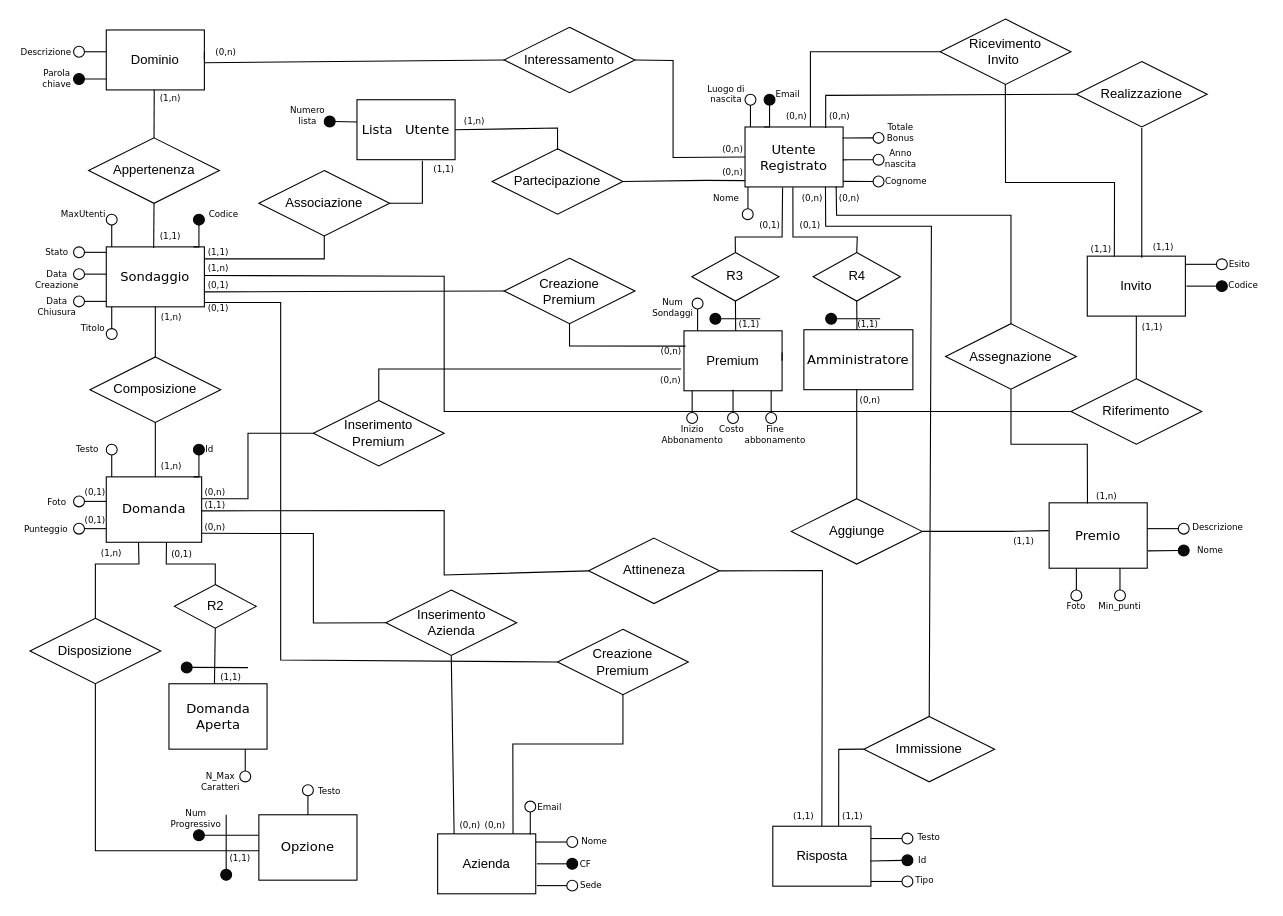
The draw.io diagram SchemaErRistrutturato.drawio in tommaso2311/DatBas_22-23, before the edit. Source tidied: cells renumbered, new cells numbered last; positions are measured from the earlier drawing's top-left corner, leaving out a move shared by most shapes. Both pictures are drawn from the tidied source at 109%, with x=0, y=0 at pixel (19, 19).
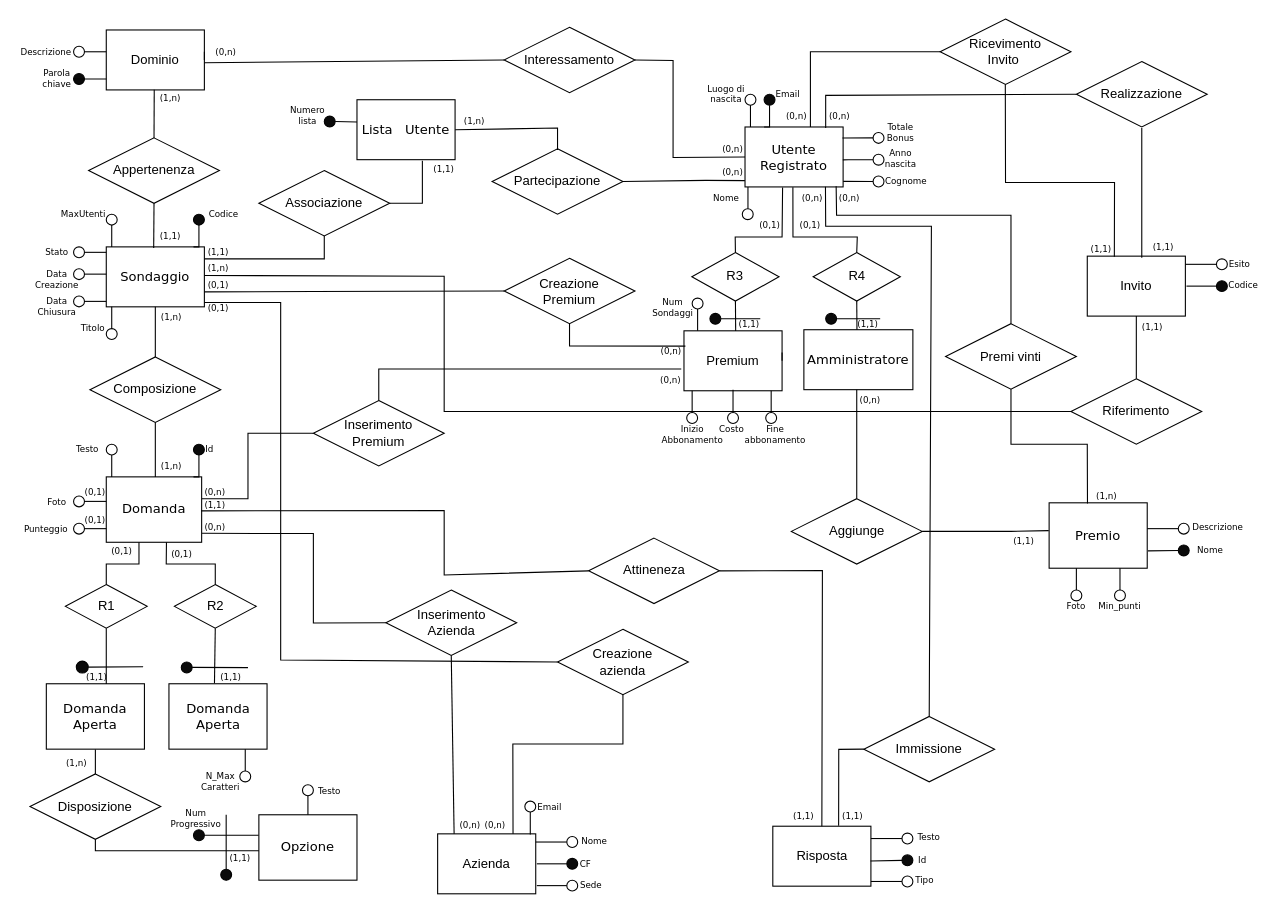
The same page after the edit.

Unchanged cells that the change refers to:
```xml
<mxCell id="21" value="&lt;p&gt;&lt;font face=&quot;Verdana&quot;&gt;Domanda&lt;/font&gt;&lt;/p&gt;" style="rounded=0;whiteSpace=wrap;html=1;" parent="1" vertex="1">
  <mxGeometry x="80" y="420" width="87.5" height="60" as="geometry" />
</mxCell>
```

What changed in the source:
```diff
@@
     <mxCell id="39" value="Disposizione" style="shape=rhombus;perimeter=rhombusPerimeter;whiteSpace=wrap;html=1;align=center;" parent="1" vertex="1">
-      <mxGeometry x="10" y="549.8" width="120" height="60" as="geometry" />
+      <mxGeometry x="10" y="692.5" width="120" height="60" as="geometry" />
     </mxCell>
@@
-    <mxCell id="121" value="Creazione &lt;br&gt;Premium" style="shape=rhombus;perimeter=rhombusPerimeter;whiteSpace=wrap;html=1;align=center;" parent="1" vertex="1">
+    <mxCell id="121" value="Creazione &lt;br&gt;azienda" style="shape=rhombus;perimeter=rhombusPerimeter;whiteSpace=wrap;html=1;align=center;" parent="1" vertex="1">
       <mxGeometry x="494" y="559.8" width="120" height="60" as="geometry" />
     </mxCell>
@@
-    <mxCell id="199" value="Assegnazione" style="shape=rhombus;perimeter=rhombusPerimeter;whiteSpace=wrap;html=1;align=center;" parent="1" vertex="1">
+    <mxCell id="199" value="Premi vinti" style="shape=rhombus;perimeter=rhombusPerimeter;whiteSpace=wrap;html=1;align=center;" parent="1" vertex="1">
       <mxGeometry x="850" y="279.5" width="120" height="60" as="geometry" />
     </mxCell>
@@
-    <mxCell id="208" style="endArrow=none;html=1;rounded=0;fontFamily=Helvetica;fontSize=12;fontColor=default;entryX=0.338;entryY=1.001;entryDx=0;entryDy=0;entryPerimeter=0;" parent="1" edge="1" source="39" target="21">
-      <mxGeometry relative="1" as="geometry">
-        <Array as="points">
-          <mxPoint x="70" y="500" />
-          <mxPoint x="110" y="500" />
-        </Array>
-      </mxGeometry>
-    </mxCell>
@@
-    <mxCell id="224" value="(1,n)" style="text;html=1;strokeColor=none;fillColor=none;align=center;verticalAlign=middle;whiteSpace=wrap;rounded=0;fontSize=8;fontFamily=Verdana;" parent="1" vertex="1">
-      <mxGeometry x="65" y="480" width="40" height="20" as="geometry" />
-    </mxCell>
@@
+    <mxCell id="224" value="(1,n)" style="text;html=1;strokeColor=none;fillColor=none;align=center;verticalAlign=middle;whiteSpace=wrap;rounded=0;fontSize=8;fontFamily=Verdana;" parent="1" vertex="1">
+      <mxGeometry x="32.5" y="672.5" width="40" height="20" as="geometry" />
+    </mxCell>
+    <mxCell id="245" value="&lt;p&gt;&lt;font face=&quot;Verdana&quot;&gt;Domanda Aperta&lt;/font&gt;&lt;/p&gt;" style="rounded=0;whiteSpace=wrap;html=1;" parent="1" vertex="1">
+      <mxGeometry x="25" y="609.8" width="90" height="60" as="geometry" />
+    </mxCell>
+    <mxCell id="246" style="endArrow=none;html=1;rounded=0;exitX=0.5;exitY=0;exitDx=0;exitDy=0;" parent="1" edge="1" source="39">
+      <mxGeometry relative="1" as="geometry">
+        <mxPoint x="70" y="670" as="targetPoint" />
+      </mxGeometry>
+    </mxCell>
+    <mxCell id="247" value="&lt;span style=&quot;color: rgb(0, 0, 0); font-family: Verdana; font-size: 8px; font-style: normal; font-variant-ligatures: normal; font-variant-caps: normal; font-weight: 400; letter-spacing: normal; orphans: 2; text-align: center; text-indent: 0px; text-transform: none; widows: 2; word-spacing: 0px; -webkit-text-stroke-width: 0px; background-color: rgb(251, 251, 251); text-decoration-thickness: initial; text-decoration-style: initial; text-decoration-color: initial; float: none; display: inline !important;&quot;&gt;(0,1)&lt;/span&gt;" style="text;whiteSpace=wrap;html=1;fontSize=12;fontFamily=Helvetica;fontColor=default;" parent="1" vertex="1">
+      <mxGeometry x="82.5" y="472.5" width="50" height="40" as="geometry" />
+    </mxCell>
+    <mxCell id="248" value="R1" style="shape=rhombus;perimeter=rhombusPerimeter;whiteSpace=wrap;html=1;align=center;" parent="1" vertex="1">
+      <mxGeometry x="42.5" y="518.8" width="75" height="40" as="geometry" />
+    </mxCell>
+    <mxCell id="249" value="&lt;span style=&quot;color: rgb(0, 0, 0); font-family: Verdana; font-size: 8px; font-style: normal; font-variant-ligatures: normal; font-variant-caps: normal; font-weight: 400; letter-spacing: normal; orphans: 2; text-align: center; text-indent: 0px; text-transform: none; widows: 2; word-spacing: 0px; -webkit-text-stroke-width: 0px; background-color: rgb(251, 251, 251); text-decoration-thickness: initial; text-decoration-style: initial; text-decoration-color: initial; float: none; display: inline !important;&quot;&gt;(1,1)&lt;/span&gt;" style="text;whiteSpace=wrap;html=1;fontSize=12;fontFamily=Helvetica;fontColor=default;" parent="1" vertex="1">
+      <mxGeometry x="60" y="589" width="20" height="40" as="geometry" />
+    </mxCell>
+    <mxCell id="250" style="endArrow=none;html=1;rounded=0;exitX=0.5;exitY=0;exitDx=0;exitDy=0;" parent="1" edge="1" source="248">
+      <mxGeometry relative="1" as="geometry">
+        <mxPoint x="110" y="480" as="targetPoint" />
+        <Array as="points">
+          <mxPoint x="80" y="500" />
+          <mxPoint x="110" y="500" />
+        </Array>
+      </mxGeometry>
+    </mxCell>
+    <mxCell id="251" style="endArrow=none;html=1;rounded=0;entryX=0.5;entryY=1;entryDx=0;entryDy=0;" parent="1" edge="1" target="248">
+      <mxGeometry relative="1" as="geometry">
+        <mxPoint x="80" y="610" as="sourcePoint" />
+      </mxGeometry>
+    </mxCell>
+    <mxCell id="252" style="endArrow=none;html=1;rounded=0;startArrow=none;" parent="1" edge="1" target="253">
+      <mxGeometry relative="1" as="geometry">
+        <mxPoint x="113.8" y="594.2" as="sourcePoint" />
+      </mxGeometry>
+    </mxCell>
+    <mxCell id="253" style="ellipse;whiteSpace=wrap;html=1;labelBackgroundColor=#0A0A0A;fontColor=#000000;fillColor=#0A0A0A;" parent="1" vertex="1">
+      <mxGeometry x="52.5" y="589" width="11" height="11" as="geometry" />
+    </mxCell>
```
